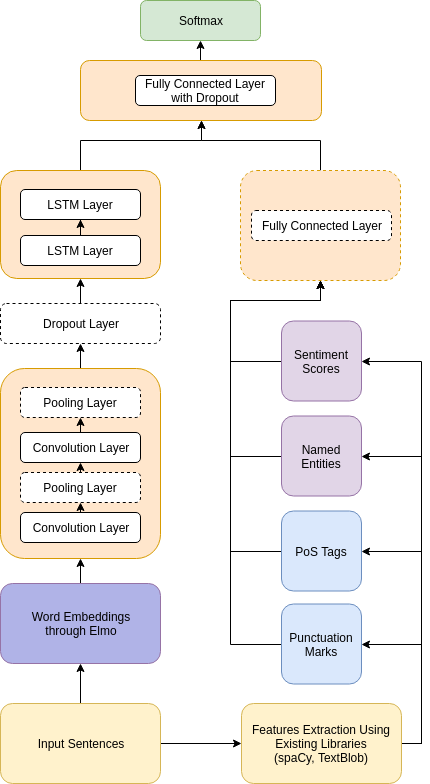
ShawnLYU/A-Hybrid-Approach-of-Insincere-Questions-Detection keeps this draw.io diagram as report/graphs/nn_architecture.png. Above is the earlier version. Source tidied: cells renumbered, new cells last; positions are measured from the earlier drawing's top-left corner, leaving out a move shared by most shapes.
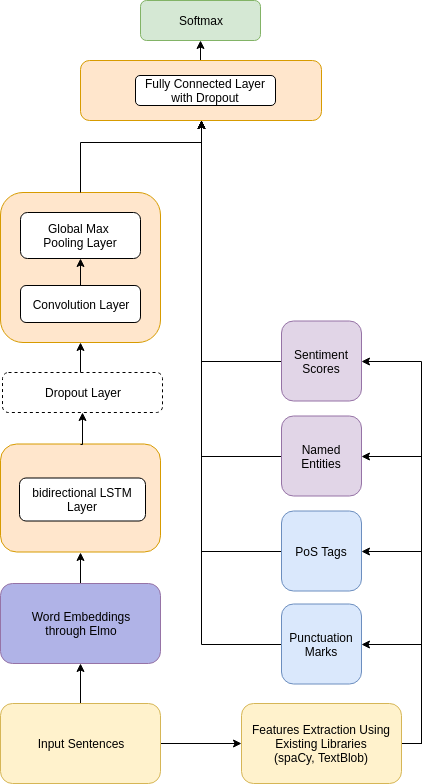
Later version of the same file.

Commit message:
changed nn architecture graph

Change to the diagram source:
```diff
@@ -2,9 +2,9 @@
   <root>
     <mxCell id="0" />
     <mxCell id="1" parent="0" />
-    <mxCell id="2" style="edgeStyle=orthogonalEdgeStyle;rounded=0;jettySize=auto;html=1;exitX=0.5;exitY=0;exitDx=0;exitDy=0;entryX=0.5;entryY=1;entryDx=0;entryDy=0;" parent="1" edge="1" source="3" target="22">
-      <mxGeometry relative="1" as="geometry" />
-    </mxCell>
+    <mxCell id="44" style="edgeStyle=orthogonalEdgeStyle;rounded=0;jettySize=auto;html=1;exitX=0.5;exitY=0;exitDx=0;exitDy=0;entryX=0.5;entryY=1;entryDx=0;entryDy=0;" parent="1" edge="1" source="3" target="31">
+      <mxGeometry relative="1" as="geometry" />
+    </mxCell>
     <mxCell id="3" value="Word Embeddings&lt;br&gt;through Elmo&lt;br&gt;" style="rounded=1;whiteSpace=wrap;html=1;fillColor=#B0B3E7;strokeColor=#9673a6;" parent="1" vertex="1">
       <mxGeometry y="583" width="160" height="80" as="geometry" />
     </mxCell>
@@ -32,124 +32,40 @@
     <mxCell id="11" value="Features Extraction Using Existing Libraries&lt;br&gt;(spaCy, TextBlob)&lt;br&gt;" style="rounded=1;whiteSpace=wrap;html=1;fillColor=#fff2cc;strokeColor=#d6b656;" parent="1" vertex="1">
       <mxGeometry x="241" y="703" width="160" height="80" as="geometry" />
     </mxCell>
-    <mxCell id="12" style="edgeStyle=orthogonalEdgeStyle;rounded=0;jettySize=auto;html=1;exitX=0;exitY=0.5;exitDx=0;exitDy=0;entryX=0.5;entryY=1;entryDx=0;entryDy=0;" parent="1" edge="1" source="13" target="38">
-      <mxGeometry relative="1" as="geometry">
-        <Array as="points">
-          <mxPoint x="230" y="551" />
-          <mxPoint x="230" y="300" />
-          <mxPoint x="320" y="300" />
-        </Array>
-      </mxGeometry>
-    </mxCell>
+    <mxCell id="45" style="edgeStyle=orthogonalEdgeStyle;rounded=0;jettySize=auto;html=1;exitX=0;exitY=0.5;exitDx=0;exitDy=0;" parent="1" edge="1" source="13" target="41">
+      <mxGeometry relative="1" as="geometry" />
+    </mxCell>
     <mxCell id="13" value="PoS Tags" style="rounded=1;whiteSpace=wrap;html=1;fillColor=#dae8fc;strokeColor=#6c8ebf;" parent="1" vertex="1">
       <mxGeometry x="281" y="510.5" width="80" height="80" as="geometry" />
     </mxCell>
-    <mxCell id="14" style="edgeStyle=orthogonalEdgeStyle;rounded=0;jettySize=auto;html=1;exitX=0;exitY=0.5;exitDx=0;exitDy=0;entryX=0.5;entryY=1;entryDx=0;entryDy=0;" parent="1" edge="1" source="15" target="38">
-      <mxGeometry relative="1" as="geometry">
-        <Array as="points">
-          <mxPoint x="230" y="644" />
-          <mxPoint x="230" y="300" />
-          <mxPoint x="320" y="300" />
-        </Array>
-      </mxGeometry>
-    </mxCell>
+    <mxCell id="46" style="edgeStyle=orthogonalEdgeStyle;rounded=0;jettySize=auto;html=1;exitX=0;exitY=0.5;exitDx=0;exitDy=0;" parent="1" edge="1" source="15" target="41">
+      <mxGeometry relative="1" as="geometry" />
+    </mxCell>
     <mxCell id="15" value="Punctuation Marks" style="rounded=1;whiteSpace=wrap;html=1;fillColor=#dae8fc;strokeColor=#6c8ebf;" parent="1" vertex="1">
       <mxGeometry x="281" y="603.5" width="80" height="80" as="geometry" />
     </mxCell>
-    <mxCell id="16" style="edgeStyle=orthogonalEdgeStyle;rounded=0;jettySize=auto;html=1;exitX=0;exitY=0.5;exitDx=0;exitDy=0;entryX=0.5;entryY=1;entryDx=0;entryDy=0;" parent="1" edge="1" source="17" target="38">
-      <mxGeometry relative="1" as="geometry">
-        <Array as="points">
-          <mxPoint x="230" y="361" />
-          <mxPoint x="230" y="300" />
-          <mxPoint x="320" y="300" />
-        </Array>
-      </mxGeometry>
-    </mxCell>
+    <mxCell id="47" style="edgeStyle=orthogonalEdgeStyle;rounded=0;jettySize=auto;html=1;exitX=0;exitY=0.5;exitDx=0;exitDy=0;entryX=0.5;entryY=1;entryDx=0;entryDy=0;" parent="1" edge="1" source="17" target="41">
+      <mxGeometry relative="1" as="geometry" />
+    </mxCell>
     <mxCell id="17" value="Sentiment Scores" style="rounded=1;whiteSpace=wrap;html=1;fillColor=#e1d5e7;strokeColor=#9673a6;" parent="1" vertex="1">
       <mxGeometry x="281" y="320.5" width="80" height="80" as="geometry" />
     </mxCell>
-    <mxCell id="18" style="edgeStyle=orthogonalEdgeStyle;rounded=0;jettySize=auto;html=1;exitX=0.5;exitY=0;exitDx=0;exitDy=0;entryX=0.5;entryY=1;entryDx=0;entryDy=0;" parent="1" edge="1" source="22" target="20">
-      <mxGeometry relative="1" as="geometry" />
-    </mxCell>
-    <mxCell id="19" style="edgeStyle=orthogonalEdgeStyle;rounded=0;jettySize=auto;html=1;exitX=0.5;exitY=0;exitDx=0;exitDy=0;entryX=0.5;entryY=1;entryDx=0;entryDy=0;" parent="1" edge="1" source="20" target="31">
-      <mxGeometry relative="1" as="geometry" />
-    </mxCell>
+    <mxCell id="48" style="edgeStyle=orthogonalEdgeStyle;rounded=0;jettySize=auto;html=1;exitX=0.5;exitY=0;exitDx=0;exitDy=0;entryX=0.5;entryY=1;entryDx=0;entryDy=0;" parent="1" edge="1" source="20" target="22">
+      <mxGeometry relative="1" as="geometry" />
+    </mxCell>
     <mxCell id="20" value="Dropout Layer" style="rounded=1;whiteSpace=wrap;html=1;dashed=1;" parent="1" vertex="1">
-      <mxGeometry y="303" width="160" height="40" as="geometry" />
+      <mxGeometry x="2" y="372" width="160" height="40" as="geometry" />
     </mxCell>
-    <mxCell id="21" style="group;" parent="1" vertex="1">
-      <mxGeometry y="368" width="160" height="190" as="geometry" />
-    </mxCell>
-    <mxCell id="22" value="&lt;br&gt;&lt;br&gt;&lt;br&gt;&lt;br&gt;&lt;br&gt;&lt;br&gt;&lt;br&gt;&lt;br&gt;&lt;br&gt;&lt;br&gt;&lt;br&gt;&lt;br&gt;&lt;br&gt;&lt;br&gt;" style="rounded=1;whiteSpace=wrap;html=1;fillColor=#ffe6cc;strokeColor=#d79b00;" parent="21" vertex="1">
-      <mxGeometry width="160" height="190" as="geometry" />
-    </mxCell>
-    <mxCell id="23" value="Convolution Layer" style="rounded=1;whiteSpace=wrap;html=1;" parent="21" vertex="1">
-      <mxGeometry x="20" y="144" width="120" height="30" as="geometry" />
-    </mxCell>
-    <mxCell id="24" value="Convolution Layer" style="rounded=1;whiteSpace=wrap;html=1;" parent="21" vertex="1">
-      <mxGeometry x="20" y="64" width="120" height="30" as="geometry" />
-    </mxCell>
-    <mxCell id="25" value="Pooling Layer" style="rounded=1;whiteSpace=wrap;html=1;dashed=1;" parent="21" vertex="1">
-      <mxGeometry x="20" y="104" width="120" height="30" as="geometry" />
-    </mxCell>
-    <mxCell id="26" value="Pooling Layer" style="rounded=1;whiteSpace=wrap;html=1;dashed=1;" parent="21" vertex="1">
-      <mxGeometry x="20" y="19" width="120" height="30" as="geometry" />
-    </mxCell>
-    <mxCell id="27" style="edgeStyle=orthogonalEdgeStyle;rounded=0;jettySize=auto;html=1;exitX=0.5;exitY=0;exitDx=0;exitDy=0;entryX=0.5;entryY=1;entryDx=0;entryDy=0;" parent="21" edge="1" source="23" target="25">
-      <mxGeometry relative="1" as="geometry" />
-    </mxCell>
-    <mxCell id="28" style="edgeStyle=orthogonalEdgeStyle;rounded=0;jettySize=auto;html=1;exitX=0.5;exitY=0;exitDx=0;exitDy=0;entryX=0.5;entryY=1;entryDx=0;entryDy=0;" parent="21" edge="1" source="25" target="24">
-      <mxGeometry relative="1" as="geometry" />
-    </mxCell>
-    <mxCell id="29" style="edgeStyle=orthogonalEdgeStyle;rounded=0;jettySize=auto;html=1;exitX=0.5;exitY=0;exitDx=0;exitDy=0;entryX=0.5;entryY=1;entryDx=0;entryDy=0;" parent="21" edge="1" source="24" target="26">
-      <mxGeometry relative="1" as="geometry" />
-    </mxCell>
-    <mxCell id="30" style="edgeStyle=orthogonalEdgeStyle;rounded=0;jettySize=auto;html=1;entryX=0.5;entryY=1;entryDx=0;entryDy=0;" parent="1" edge="1" source="31" target="41">
-      <mxGeometry relative="1" as="geometry">
-        <Array as="points">
-          <mxPoint x="80" y="140" />
-          <mxPoint x="201" y="140" />
-        </Array>
-      </mxGeometry>
-    </mxCell>
-    <mxCell id="31" style="rounded=1;whiteSpace=wrap;html=1;fillColor=#ffe6cc;strokeColor=#d79b00;" parent="1" vertex="1">
-      <mxGeometry y="170" width="160" height="108" as="geometry" />
-    </mxCell>
-    <mxCell id="32" style="edgeStyle=orthogonalEdgeStyle;rounded=0;jettySize=auto;html=1;exitX=0.5;exitY=0;exitDx=0;exitDy=0;" parent="1" edge="1" source="33" target="34">
-      <mxGeometry relative="1" as="geometry" />
-    </mxCell>
-    <mxCell id="33" value="LSTM Layer" style="rounded=1;whiteSpace=wrap;html=1;" parent="1" vertex="1">
-      <mxGeometry x="20" y="235" width="120" height="30" as="geometry" />
-    </mxCell>
-    <mxCell id="34" value="LSTM Layer" style="rounded=1;whiteSpace=wrap;html=1;" parent="1" vertex="1">
-      <mxGeometry x="20" y="189" width="120" height="30" as="geometry" />
-    </mxCell>
-    <mxCell id="35" style="edgeStyle=orthogonalEdgeStyle;rounded=0;jettySize=auto;html=1;exitX=0;exitY=0.5;exitDx=0;exitDy=0;entryX=0.5;entryY=1;entryDx=0;entryDy=0;" parent="1" edge="1" source="36" target="38">
+    <mxCell id="35" style="edgeStyle=orthogonalEdgeStyle;rounded=0;jettySize=auto;html=1;exitX=0;exitY=0.5;exitDx=0;exitDy=0;entryX=0.5;entryY=1;entryDx=0;entryDy=0;" parent="1" edge="1" source="36" target="41">
       <mxGeometry relative="1" as="geometry">
         <Array as="points">
-          <mxPoint x="230" y="456" />
-          <mxPoint x="230" y="300" />
-          <mxPoint x="320" y="300" />
+          <mxPoint x="201" y="456" />
         </Array>
       </mxGeometry>
     </mxCell>
     <mxCell id="36" value="Named Entities" style="rounded=1;whiteSpace=wrap;html=1;fillColor=#e1d5e7;strokeColor=#9673a6;" parent="1" vertex="1">
       <mxGeometry x="281" y="415.5" width="80" height="80" as="geometry" />
     </mxCell>
-    <mxCell id="37" style="edgeStyle=orthogonalEdgeStyle;rounded=0;jettySize=auto;html=1;exitX=0.5;exitY=0;exitDx=0;exitDy=0;entryX=0.5;entryY=1;entryDx=0;entryDy=0;" parent="1" edge="1" source="38" target="41">
-      <mxGeometry relative="1" as="geometry">
-        <Array as="points">
-          <mxPoint x="320" y="140" />
-          <mxPoint x="201" y="140" />
-        </Array>
-      </mxGeometry>
-    </mxCell>
-    <mxCell id="38" style="rounded=1;whiteSpace=wrap;html=1;fillColor=#ffe6cc;strokeColor=#d79b00;dashed=1;" parent="1" vertex="1">
-      <mxGeometry x="240" y="170" width="160" height="110" as="geometry" />
-    </mxCell>
-    <mxCell id="39" value="Fully Connected Layer" style="rounded=1;whiteSpace=wrap;html=1;dashed=1;" parent="1" vertex="1">
-      <mxGeometry x="251" y="210" width="140" height="30" as="geometry" />
-    </mxCell>
     <mxCell id="40" style="edgeStyle=orthogonalEdgeStyle;rounded=0;jettySize=auto;html=1;exitX=0.5;exitY=0;exitDx=0;exitDy=0;entryX=0.5;entryY=1;entryDx=0;entryDy=0;" parent="1" edge="1" source="41" target="43">
       <mxGeometry relative="1" as="geometry" />
     </mxCell>
@@ -162,5 +78,43 @@
     <mxCell id="43" value="Softmax" style="rounded=1;whiteSpace=wrap;html=1;fillColor=#d5e8d4;strokeColor=#82b366;" parent="1" vertex="1">
       <mxGeometry x="140" width="120" height="40" as="geometry" />
     </mxCell>
+    <mxCell id="49" style="group;" parent="1" vertex="1">
+      <mxGeometry y="443.5" width="160" height="108" as="geometry" />
+    </mxCell>
+    <mxCell id="31" style="rounded=1;whiteSpace=wrap;html=1;fillColor=#ffe6cc;strokeColor=#d79b00;" parent="49" vertex="1">
+      <mxGeometry width="160" height="108" as="geometry" />
+    </mxCell>
+    <mxCell id="34" value="bidirectional LSTM Layer" style="rounded=1;whiteSpace=wrap;html=1;" parent="49" vertex="1">
+      <mxGeometry x="19" y="34" width="126" height="43" as="geometry" />
+    </mxCell>
+    <mxCell id="50" style="group;" parent="1" vertex="1">
+      <mxGeometry y="192" width="160" height="150" as="geometry" />
+    </mxCell>
+    <mxCell id="21" style="group;" parent="50" vertex="1">
+      <mxGeometry width="160" height="150" as="geometry" />
+    </mxCell>
+    <mxCell id="22" value="&lt;br&gt;&lt;br&gt;&lt;br&gt;&lt;br&gt;&lt;br&gt;&lt;br&gt;&lt;br&gt;&lt;br&gt;&lt;br&gt;&lt;br&gt;&lt;br&gt;&lt;br&gt;&lt;br&gt;&lt;br&gt;" style="rounded=1;whiteSpace=wrap;html=1;fillColor=#ffe6cc;strokeColor=#d79b00;" parent="21" vertex="1">
+      <mxGeometry width="160" height="150" as="geometry" />
+    </mxCell>
+    <mxCell id="51" style="edgeStyle=orthogonalEdgeStyle;rounded=0;jettySize=auto;html=1;exitX=0.5;exitY=0;exitDx=0;exitDy=0;" parent="21" edge="1" source="23" target="26">
+      <mxGeometry relative="1" as="geometry" />
+    </mxCell>
+    <mxCell id="23" value="Convolution Layer" style="rounded=1;whiteSpace=wrap;html=1;" parent="21" vertex="1">
+      <mxGeometry x="20" y="93" width="120" height="37" as="geometry" />
+    </mxCell>
+    <mxCell id="26" value="Global Max &lt;br&gt;Pooling Layer" style="rounded=1;whiteSpace=wrap;html=1;" parent="21" vertex="1">
+      <mxGeometry x="20" y="20" width="120" height="46" as="geometry" />
+    </mxCell>
+    <mxCell id="52" style="edgeStyle=orthogonalEdgeStyle;rounded=0;jettySize=auto;html=1;exitX=0.5;exitY=0;exitDx=0;exitDy=0;entryX=0.5;entryY=1;entryDx=0;entryDy=0;" parent="1" edge="1" source="31" target="20">
+      <mxGeometry relative="1" as="geometry" />
+    </mxCell>
+    <mxCell id="53" style="edgeStyle=orthogonalEdgeStyle;rounded=0;jettySize=auto;html=1;exitX=0.5;exitY=0;exitDx=0;exitDy=0;" parent="1" edge="1" source="22" target="41">
+      <mxGeometry relative="1" as="geometry">
+        <Array as="points">
+          <mxPoint x="80" y="142" />
+          <mxPoint x="201" y="142" />
+        </Array>
+      </mxGeometry>
+    </mxCell>
   </root>
 </mxGraphModel>
```
